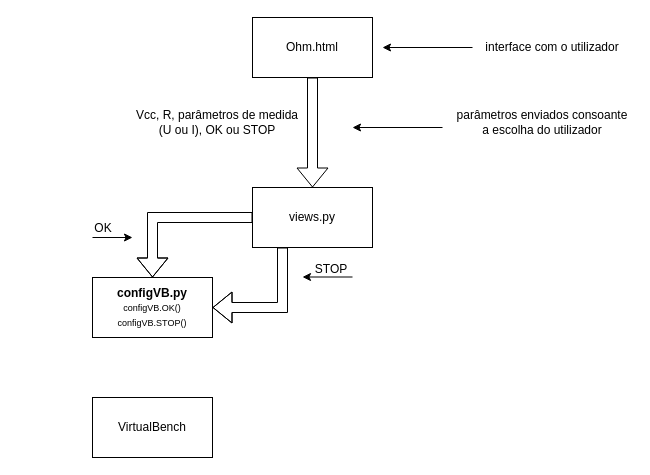
Earlier version of the draw.io diagram diagramas/git_diagrama.drawio (eddygrinder/LaRE). Source tidied: cells renumbered, new cells numbered last; positions are measured from the earlier drawing's top-left corner, leaving out a move shared by most shapes. Both pictures are drawn from the tidied source at 100%, with x=0, y=0 at pixel (88, 17).
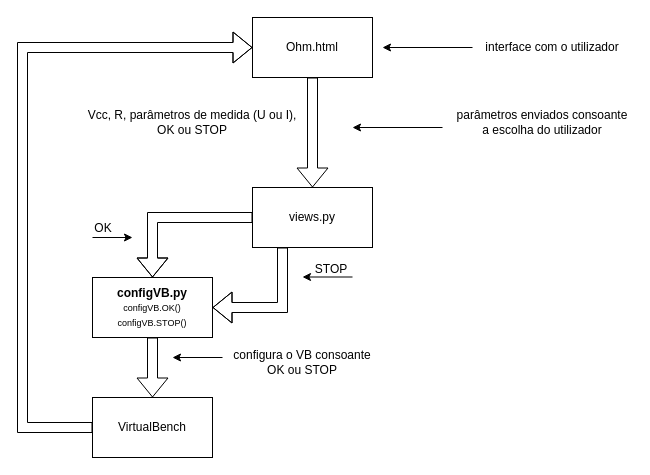
After the change.

Unchanged cells that the change refers to:
```xml
<mxCell id="2" value="Ohm.html" style="rounded=0;whiteSpace=wrap;html=1;" parent="1" vertex="1">
  <mxGeometry x="164" width="120" height="60" as="geometry" />
</mxCell>
<mxCell id="10" value="&lt;b&gt;configVB.py&lt;/b&gt;&lt;div&gt;&lt;font style=&quot;font-size: 9px;&quot;&gt;configVB.OK()&lt;/font&gt;&lt;/div&gt;&lt;div&gt;&lt;font style=&quot;font-size: 9px;&quot;&gt;configVB.STOP()&lt;/font&gt;&lt;/div&gt;" style="whiteSpace=wrap;html=1;rounded=0;align=center;" parent="1" vertex="1">
  <mxGeometry x="4" y="260" width="120" height="60" as="geometry" />
</mxCell>
<mxCell id="17" value="VirtualBench" style="whiteSpace=wrap;html=1;rounded=0;align=center;" parent="1" vertex="1">
  <mxGeometry x="4" y="380" width="120" height="60" as="geometry" />
</mxCell>
```

Diff of the diagram source:
```diff
@@
     <mxCell id="9" value="Vcc, R, parâmetros de medida (U ou I), OK ou STOP" style="text;html=1;align=center;verticalAlign=middle;whiteSpace=wrap;rounded=0;" parent="1" vertex="1">
-      <mxGeometry x="44" y="90" width="170" height="30" as="geometry" />
+      <mxGeometry x="-6" y="90" width="220" height="30" as="geometry" />
     </mxCell>
@@
+    <mxCell id="18" style="shape=flexArrow;endArrow=classic;html=1;rounded=0;exitX=0.5;exitY=1;exitDx=0;exitDy=0;entryX=0.5;entryY=0;entryDx=0;entryDy=0;" parent="1" edge="1" source="10" target="17">
+      <mxGeometry relative="1" as="geometry" />
+    </mxCell>
+    <mxCell id="19" value="configura o VB consoante OK ou STOP" style="text;html=1;align=center;verticalAlign=middle;whiteSpace=wrap;rounded=0;" parent="1" vertex="1">
+      <mxGeometry x="144" y="330" width="140" height="30" as="geometry" />
+    </mxCell>
+    <mxCell id="20" style="endArrow=classic;html=1;rounded=0;entryX=0;entryY=1;entryDx=0;entryDy=0;" parent="1" edge="1">
+      <mxGeometry relative="1" as="geometry">
+        <mxPoint x="134" y="340" as="sourcePoint" />
+        <mxPoint x="84" y="340" as="targetPoint" />
+      </mxGeometry>
+    </mxCell>
+    <mxCell id="21" style="shape=flexArrow;endArrow=classic;html=1;rounded=0;exitX=0;exitY=0.5;exitDx=0;exitDy=0;entryX=0;entryY=0.5;entryDx=0;entryDy=0;" parent="1" edge="1" source="17" target="2">
+      <mxGeometry relative="1" as="geometry">
+        <Array as="points">
+          <mxPoint x="-66" y="410" />
+          <mxPoint x="-66" y="30" />
+        </Array>
+      </mxGeometry>
+    </mxCell>
```
